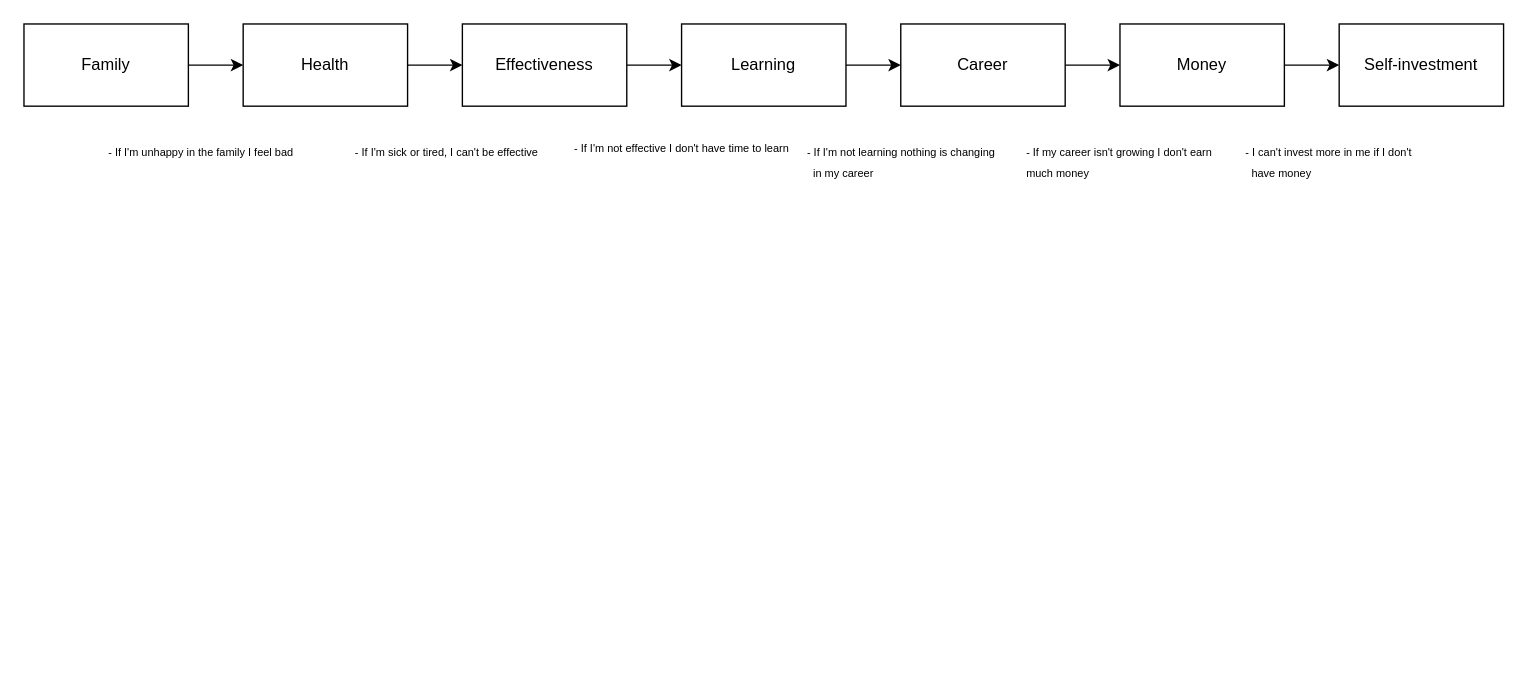
Above: spheresDependencies.drawio in FedosovMax/diagrams (draw.io), before the change. Source tidied: cells renumbered, new cells numbered last; positions are measured from the earlier drawing's top-left corner, leaving out a move shared by most shapes. Both pictures are drawn from the tidied source at 137%, with x=0, y=0 at pixel (23, 23).
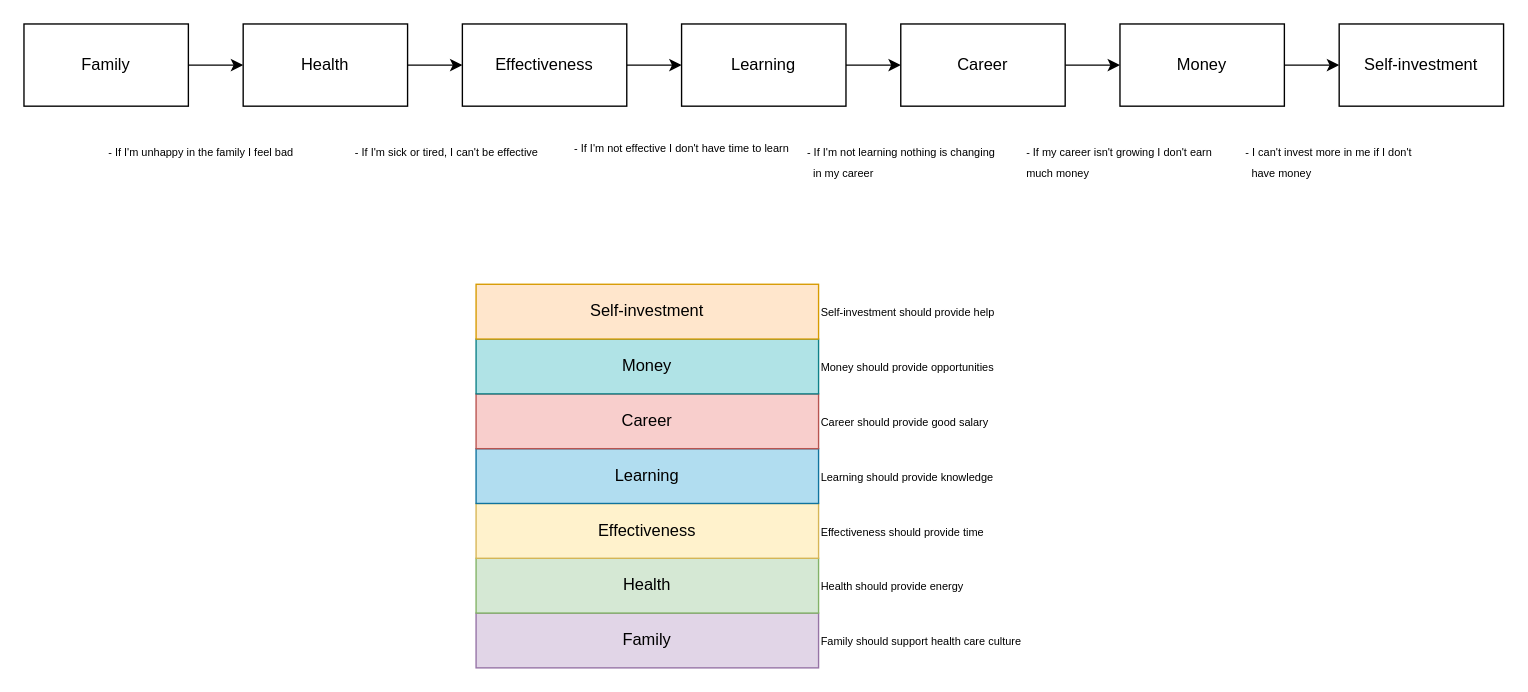
The same page after the edit.

Change to the diagram source:
```diff
@@
+    <mxCell id="21" value="Family" style="rounded=0;whiteSpace=wrap;html=1;fillColor=#e1d5e7;strokeColor=#9673a6;" parent="1" vertex="1">
+      <mxGeometry x="330" y="430" width="250" height="40" as="geometry" />
+    </mxCell>
+    <mxCell id="22" value="Health" style="rounded=0;whiteSpace=wrap;html=1;fillColor=#d5e8d4;strokeColor=#82b366;" parent="1" vertex="1">
+      <mxGeometry x="330" y="390" width="250" height="40" as="geometry" />
+    </mxCell>
+    <mxCell id="23" value="Effectiveness" style="rounded=0;whiteSpace=wrap;html=1;fillColor=#fff2cc;strokeColor=#d6b656;" parent="1" vertex="1">
+      <mxGeometry x="330" y="350" width="250" height="40" as="geometry" />
+    </mxCell>
+    <mxCell id="24" value="Learning" style="rounded=0;whiteSpace=wrap;html=1;fillColor=#b1ddf0;strokeColor=#10739e;" parent="1" vertex="1">
+      <mxGeometry x="330" y="310" width="250" height="40" as="geometry" />
+    </mxCell>
+    <mxCell id="25" value="Career" style="rounded=0;whiteSpace=wrap;html=1;fillColor=#f8cecc;strokeColor=#b85450;" parent="1" vertex="1">
+      <mxGeometry x="330" y="270" width="250" height="40" as="geometry" />
+    </mxCell>
+    <mxCell id="26" value="Money" style="rounded=0;whiteSpace=wrap;html=1;fillColor=#b0e3e6;strokeColor=#0e8088;" parent="1" vertex="1">
+      <mxGeometry x="330" y="230" width="250" height="40" as="geometry" />
+    </mxCell>
+    <mxCell id="27" value="Self-investment" style="rounded=0;whiteSpace=wrap;html=1;fillColor=#ffe6cc;strokeColor=#d79b00;" parent="1" vertex="1">
+      <mxGeometry x="330" y="190" width="250" height="40" as="geometry" />
+    </mxCell>
+    <mxCell id="28" value="&lt;font style=&quot;font-size: 8px&quot;&gt;Family should support health care culture&lt;br&gt;&lt;/font&gt;" style="text;html=1;align=left;verticalAlign=middle;" parent="1" vertex="1">
+      <mxGeometry x="580" y="440" width="160" height="20" as="geometry" />
+    </mxCell>
+    <mxCell id="29" value="&lt;font style=&quot;font-size: 8px&quot;&gt;Health should provide energy&lt;br&gt;&lt;/font&gt;" style="text;html=1;align=left;verticalAlign=middle;" parent="1" vertex="1">
+      <mxGeometry x="580" y="400" width="120" height="20" as="geometry" />
+    </mxCell>
+    <mxCell id="30" value="&lt;font style=&quot;font-size: 8px&quot;&gt;Effectiveness should provide time&amp;nbsp;&lt;br&gt;&lt;/font&gt;" style="text;html=1;align=left;verticalAlign=middle;" parent="1" vertex="1">
+      <mxGeometry x="580" y="360" width="140" height="20" as="geometry" />
+    </mxCell>
+    <mxCell id="31" value="&lt;font style=&quot;font-size: 8px&quot;&gt;Learning should provide knowledge&lt;br&gt;&lt;/font&gt;" style="text;html=1;align=left;verticalAlign=middle;" parent="1" vertex="1">
+      <mxGeometry x="580" y="320" width="140" height="20" as="geometry" />
+    </mxCell>
+    <mxCell id="32" value="&lt;font style=&quot;font-size: 8px&quot;&gt;Career should provide good salary&lt;br&gt;&lt;/font&gt;" style="text;html=1;align=left;verticalAlign=middle;" parent="1" vertex="1">
+      <mxGeometry x="580" y="280" width="140" height="20" as="geometry" />
+    </mxCell>
+    <mxCell id="33" value="&lt;font style=&quot;font-size: 8px&quot;&gt;Money should provide opportunities&lt;br&gt;&lt;/font&gt;" style="text;html=1;align=left;verticalAlign=middle;" parent="1" vertex="1">
+      <mxGeometry x="580" y="240" width="140" height="20" as="geometry" />
+    </mxCell>
+    <mxCell id="34" value="&lt;font style=&quot;font-size: 8px&quot;&gt;Self-investment should provide help&amp;nbsp;&lt;br&gt;&lt;/font&gt;" style="text;html=1;align=left;verticalAlign=middle;" parent="1" vertex="1">
+      <mxGeometry x="580" y="200" width="140" height="20" as="geometry" />
+    </mxCell>
```
